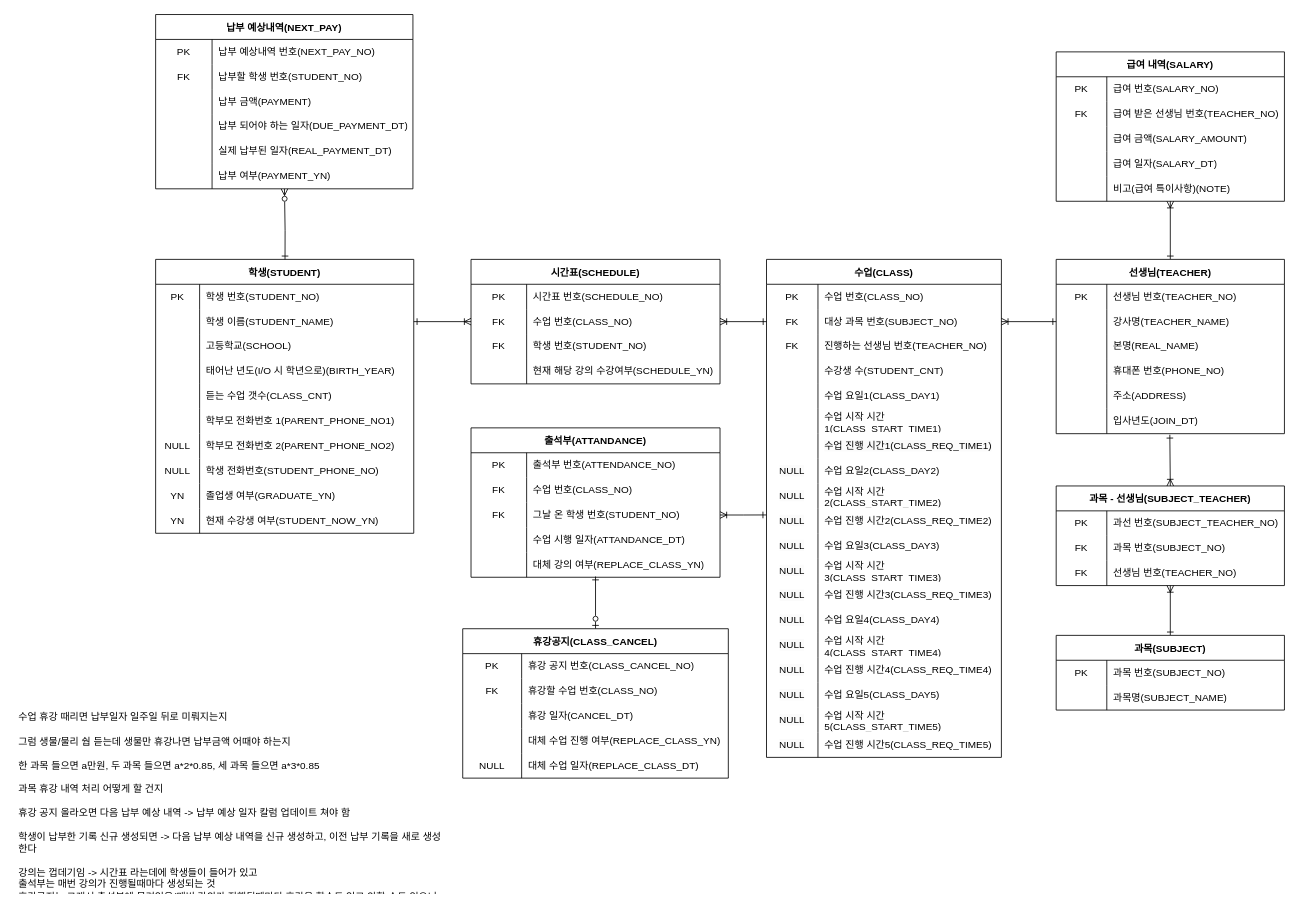
Earlier version of the draw.io diagram sosu db.drawio (sosu-academy/sosu-backend). Source tidied: cells renumbered, new cells numbered last; positions are measured from the earlier drawing's top-left corner, leaving out a move shared by most shapes. Both pictures are drawn from the tidied source at 83%, with x=0, y=0 at pixel (14, 14).
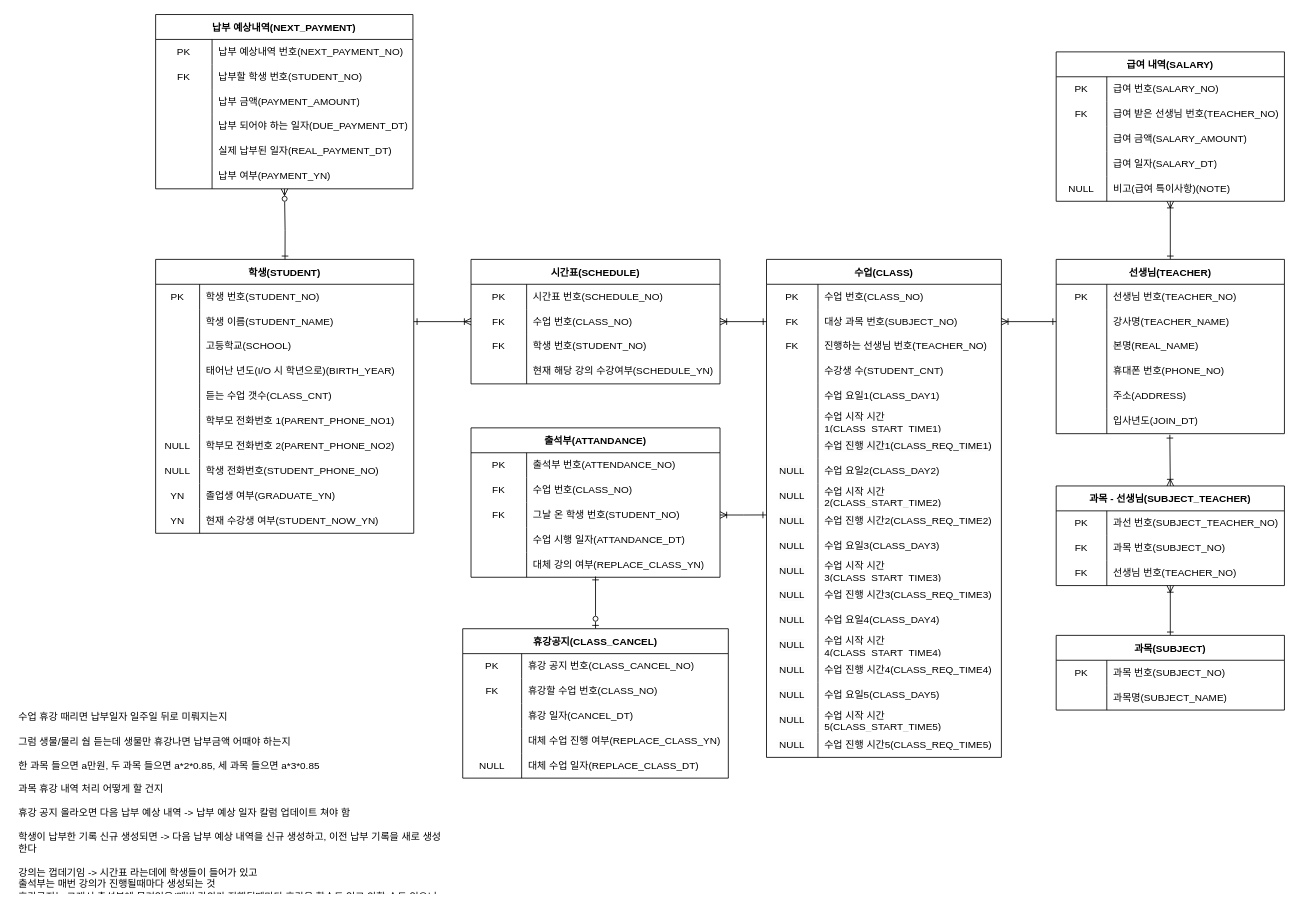
After the change.

Unchanged cells that the change refers to:
```xml
<mxCell id="104" style="shape=tableRow;horizontal=0;startSize=0;swimlaneHead=0;swimlaneBody=0;top=0;left=0;bottom=0;right=0;fillColor=none;" parent="103" vertex="1">
  <mxGeometry y="30" width="310" height="30" as="geometry" />
</mxCell>
<mxCell id="110" style="shape=tableRow;horizontal=0;startSize=0;swimlaneHead=0;swimlaneBody=0;top=0;left=0;bottom=0;right=0;fillColor=none;" parent="103" vertex="1">
  <mxGeometry y="90" width="310" height="30" as="geometry" />
</mxCell>
<mxCell id="138" style="shape=tableRow;horizontal=0;startSize=0;swimlaneHead=0;swimlaneBody=0;top=0;left=0;bottom=0;right=0;fillColor=none;points=[[0,0.5],[1,0.5]];portConstraint=eastwest;" parent="125" vertex="1">
  <mxGeometry y="150" width="275" height="30" as="geometry" />
</mxCell>
```

The edit, as a diff of the source:
```diff
@@
-    <mxCell id="103" value="납부 예상내역(NEXT_PAY)" style="shape=table;startSize=30;childLayout=tableLayout;rowLines=0;fontStyle=1;" parent="1" vertex="1">
+    <mxCell id="103" value="납부 예상내역(NEXT_PAYMENT)" style="shape=table;startSize=30;childLayout=tableLayout;rowLines=0;fontStyle=1;" parent="1" vertex="1">
       <mxGeometry x="170" width="310" height="210" as="geometry" />
     </mxCell>
@@
-    <mxCell id="106" value="납부 예상내역 번호(NEXT_PAY_NO)" style="shape=partialRectangle;html=1;whiteSpace=wrap;fillColor=none;top=0;left=0;bottom=0;right=0;align=left;spacingLeft=6;overflow=hidden;" parent="104" vertex="1">
+    <mxCell id="106" value="납부 예상내역 번호(NEXT_PAYMENT_NO)" style="shape=partialRectangle;html=1;whiteSpace=wrap;fillColor=none;top=0;left=0;bottom=0;right=0;align=left;spacingLeft=6;overflow=hidden;" parent="104" vertex="1">
       <mxGeometry x="68" width="242" height="30" as="geometry" />
     </mxCell>
@@
-    <mxCell id="112" value="납부 금액(PAYMENT)" style="shape=partialRectangle;html=1;whiteSpace=wrap;fillColor=none;top=0;left=0;bottom=0;right=0;align=left;spacingLeft=6;overflow=hidden;" parent="110" vertex="1">
+    <mxCell id="112" value="납부 금액(PAYMENT_AMOUNT)" style="shape=partialRectangle;html=1;whiteSpace=wrap;fillColor=none;top=0;left=0;bottom=0;right=0;align=left;spacingLeft=6;overflow=hidden;" parent="110" vertex="1">
       <mxGeometry x="68" width="242" height="30" as="geometry" />
     </mxCell>
@@
-    <mxCell id="139" style="shape=partialRectangle;html=1;whiteSpace=wrap;fillColor=none;top=0;left=0;bottom=0;right=0;overflow=hidden;" parent="138" vertex="1">
+    <mxCell id="139" value="NULL" style="shape=partialRectangle;html=1;whiteSpace=wrap;fillColor=none;top=0;left=0;bottom=0;right=0;overflow=hidden;" parent="138" vertex="1">
       <mxGeometry width="61" height="30" as="geometry" />
     </mxCell>
```
